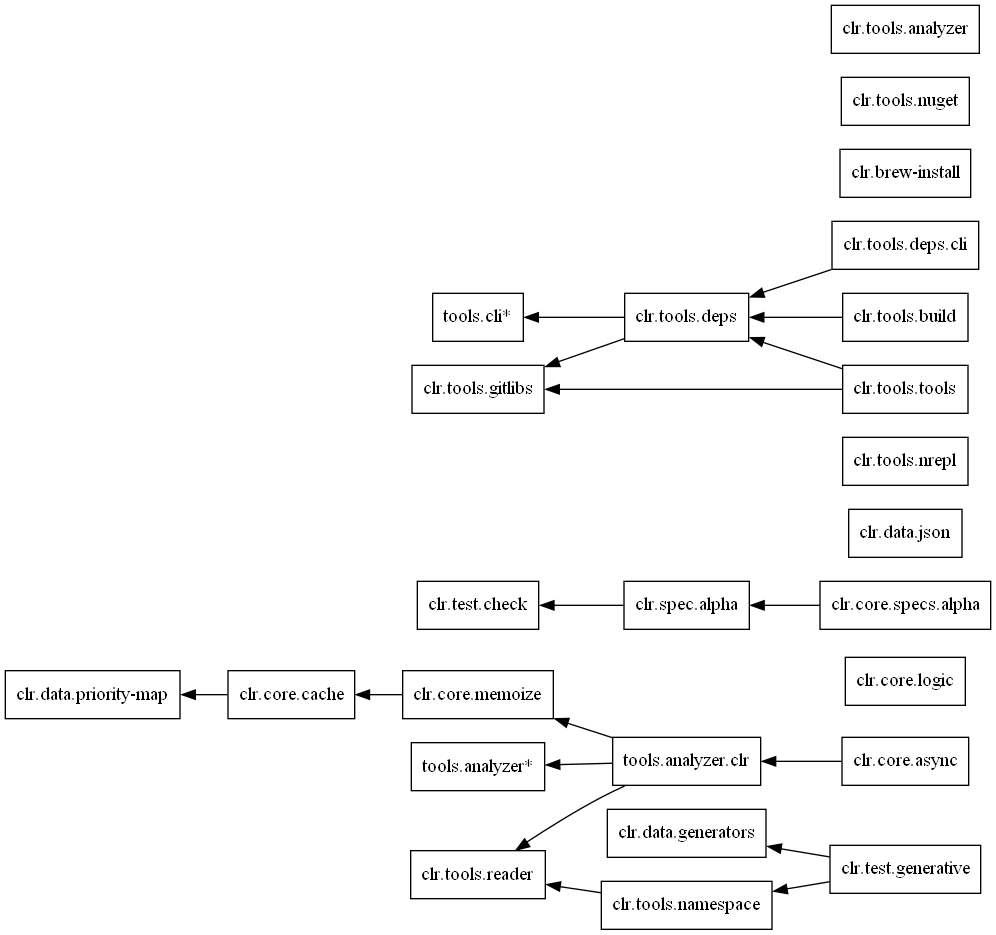
Before: docs/managed-libraries.png, a diagram exported from Graphviz (clojure/clojure-clr). Its source is kept beside it as docs/managed-libraries.dot.
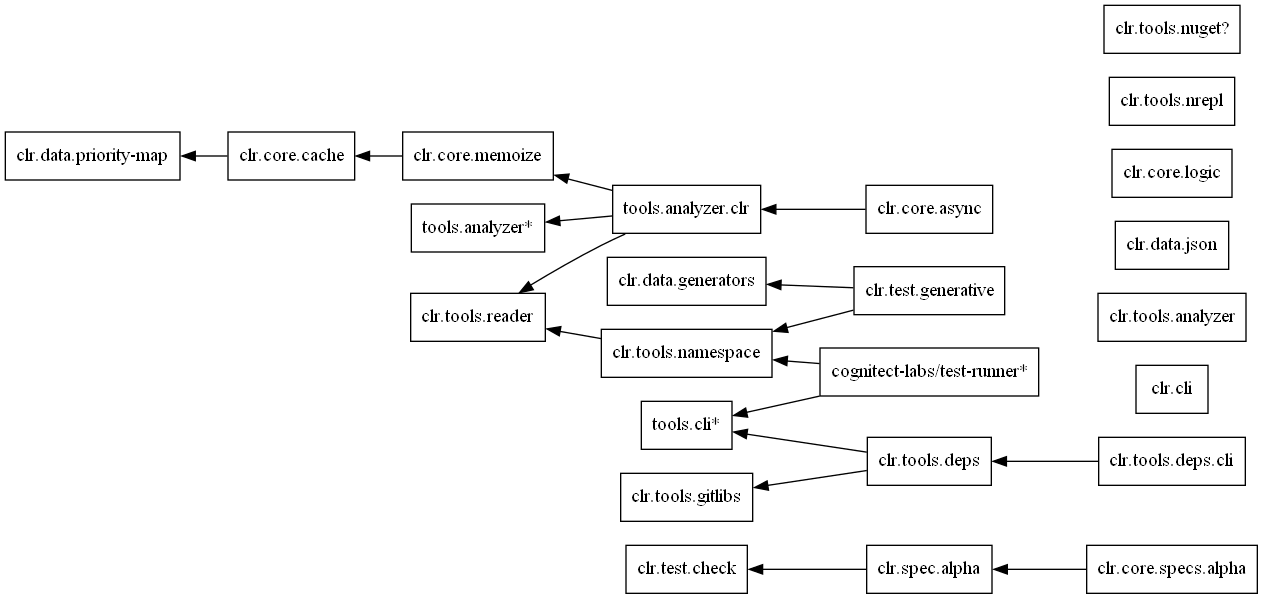
The same diagram one commit later.

What changed in the source:
```diff
@@ -5,37 +5,41 @@
 {
 	node [shape=box];
 
+	"clr.test.check";
+	"clr.spec.alpha" -> {"clr.test.check"};
+	"clr.core.specs.alpha" -> {"clr.spec.alpha"};
+
+
 	"clr.core.async" -> {"tools.analyzer.clr"};
+
+	"clr.data.priority-map";
 	"clr.core.cache" -> {"clr.data.priority-map"};
-	"clr.core.logic";
 	"clr.core.memoize" -> {"clr.core.cache"}
 
-	"clr.core.specs.alpha" -> {"clr.spec.alpha"};
-	"clr.spec.alpha" -> {"clr.test.check"};
+	"tools.cli*"
+	"clr.tools.gitlibs";
+	"clr.tools.deps" ->  {"clr.tools.gitlibs", "tools.cli*"};
+	"clr.tools.deps.cli" -> {"clr.tools.deps"}
+
+	"clr.tools.reader";
+	"clr.tools.namespace" -> {"clr.tools.reader"};
 
 	"clr.data.generators";
+
+	"clr.test.generative" -> {"clr.tools.namespace", "clr.data.generators"};
+	"tools.analyzer.clr" -> {"tools.analyzer*", "clr.core.memoize", "clr.tools.reader"};
+
+	"clr.cli";
+
+	"cognitect-labs/test-runner*" -> {"clr.tools.namespace", "tools.cli*"};
+
+	"tools.analyzer*";
+	"clr.tools.analyzer";
+
 	"clr.data.json";
-	"clr.data.priority-map";
+	"clr.core.logic";
+	"clr.tools.nrepl";
+	"clr.tools.nuget?";
 
-	"clr.test.check";
-	"clr.test.generative" -> {"clr.tools.namespace", "clr.data.generators"};
-
-	"clr.tools.namespace" -> {"clr.tools.reader"};
-	"clr.tools.nrepl";
-	"clr.tools.reader";
-
-	"tools.cli*"
-	"clr.tools.deps" ->  {"clr.tools.gitlibs", "tools.cli*"};
-	"clr.tools.deps.cli" -> {"clr.tools.deps"}
-	"clr.tools.gitlibs";
-	"clr.tools.tools" -> {"clr.tools.deps",  "clr.tools.gitlibs"};
-	"clr.tools.build" -> {"clr.tools.deps"};
-    "clr.brew-install"
-	"clr.tools.nuget"
-
-
-	"clr.tools.analyzer";
-	"tools.analyzer.clr" -> {"tools.analyzer*", "clr.core.memoize", "clr.tools.reader"};
-	"tools.analyzer*";
 }
 }
```
